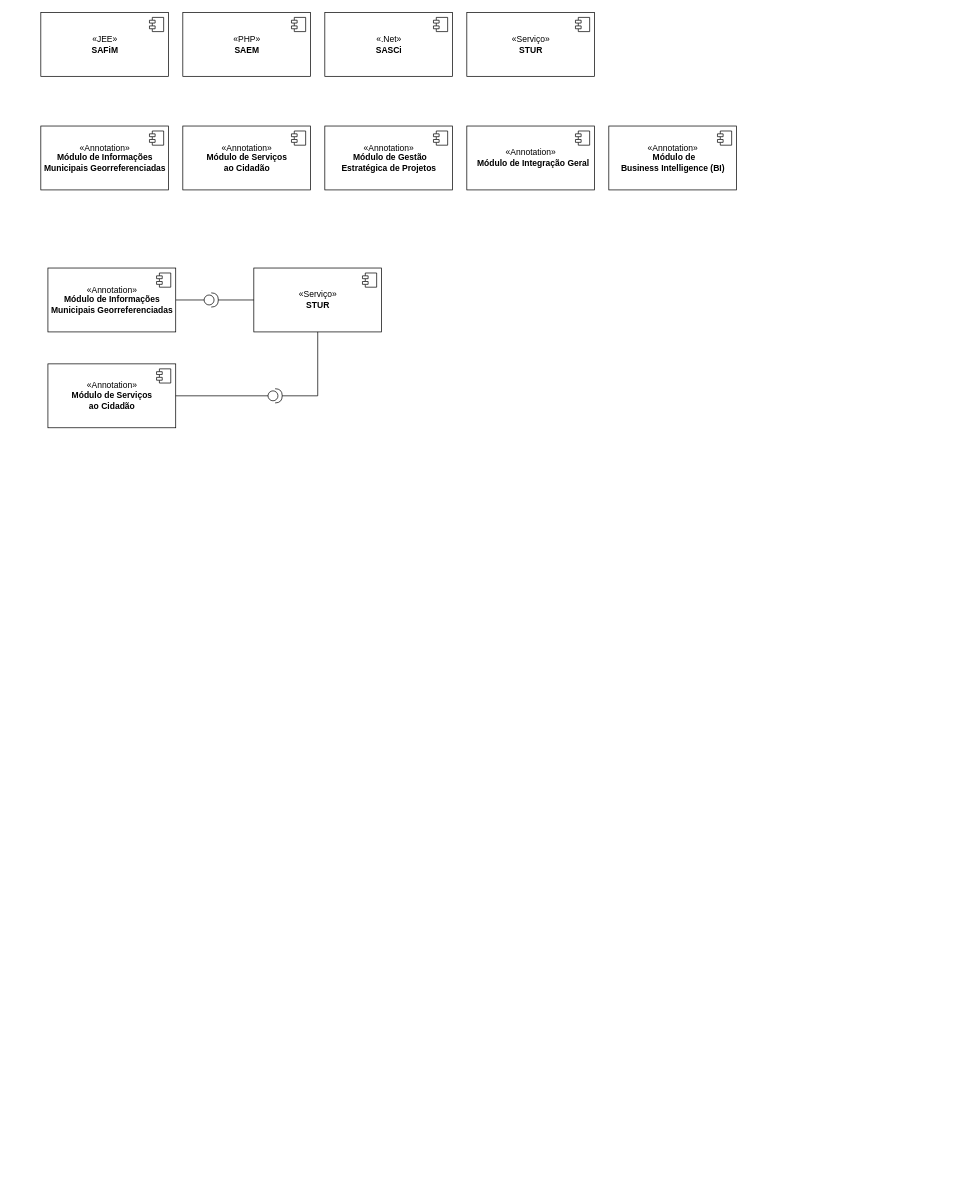
Earlier version of the draw.io diagram diagrama-de-componentes.drawio (sgm-poc/sgm-diagramas). Source tidied: cells renumbered, new cells numbered last; positions are measured from the earlier drawing's top-left corner, leaving out a move shared by most shapes. Both pictures are drawn from the tidied source at 71%, with x=0, y=0 at pixel (40, 12).
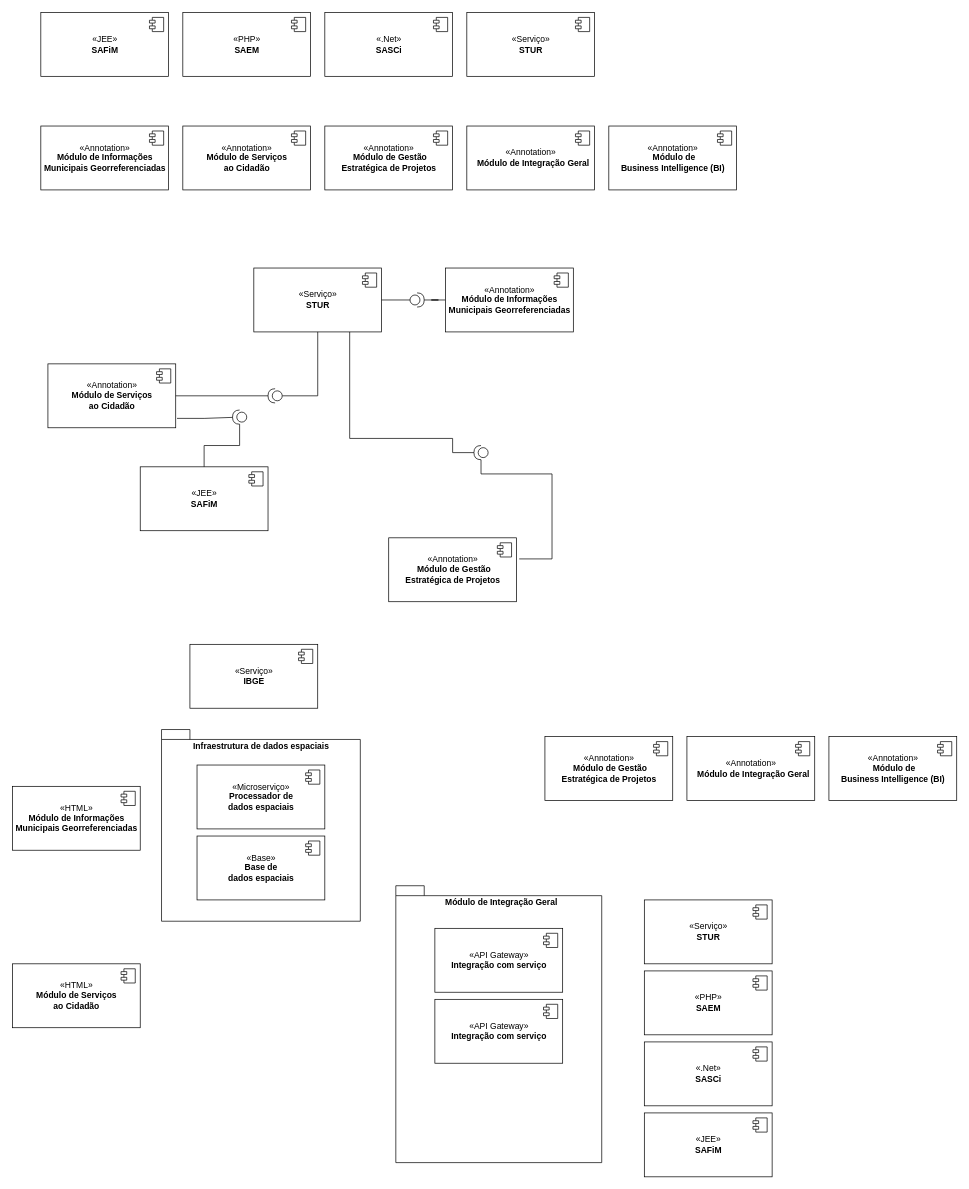
The same page after the edit.

The change refers to these unchanged cells:
```xml
<mxCell id="23" value="«Serviço»&lt;br&gt;&lt;b&gt;STUR&lt;/b&gt;" style="html=1;" parent="1" vertex="1">
  <mxGeometry x="300" y="360" width="180" height="90" as="geometry" />
</mxCell>
<mxCell id="27" value="«Annotation»&lt;br&gt;&lt;b&gt;Módulo de Serviços &lt;br&gt;ao Cidadão&lt;/b&gt;" style="html=1;" parent="1" vertex="1">
  <mxGeometry x="10" y="495" width="180" height="90" as="geometry" />
</mxCell>
```

Change to the diagram source:
```diff
@@
+    <mxCell id="32" value="&lt;b&gt;&amp;nbsp; Módulo de Integração Geral&lt;/b&gt;" style="shape=folder;fontStyle=1;spacingTop=10;tabWidth=40;tabHeight=14;tabPosition=left;html=1;horizontal=1;labelPosition=center;verticalLabelPosition=middle;align=center;verticalAlign=top;" parent="1" vertex="1">
+      <mxGeometry x="500" y="1230" width="290" height="390" as="geometry" />
+    </mxCell>
@@
     <mxCell id="21" value="«Annotation»&lt;br&gt;&lt;b&gt;Módulo de Informações &lt;br&gt;Municipais Georreferenciadas&lt;/b&gt;" style="html=1;" parent="1" vertex="1">
-      <mxGeometry x="10" y="360" width="180" height="90" as="geometry" />
+      <mxGeometry x="570" y="360" width="180" height="90" as="geometry" />
     </mxCell>
@@
     <mxCell id="26" style="shape=providedRequiredInterface;html=1;verticalLabelPosition=bottom;" parent="1" vertex="1">
-      <mxGeometry x="230" y="395" width="20" height="20" as="geometry" />
+      <mxGeometry x="520" y="395" width="20" height="20" as="geometry" />
     </mxCell>
@@
-    <mxCell id="31" style="shape=providedRequiredInterface;html=1;verticalLabelPosition=bottom;" parent="1" vertex="1">
+    <mxCell id="31" style="shape=providedRequiredInterface;html=1;verticalLabelPosition=bottom;rotation=-180;" parent="1" vertex="1">
       <mxGeometry x="320" y="530" width="20" height="20" as="geometry" />
     </mxCell>
+    <mxCell id="33" value="«Annotation»&lt;br&gt;&lt;b&gt;&amp;nbsp;Módulo de Gestão &lt;br&gt;Estratégica de Projetos&lt;/b&gt;" style="html=1;" parent="1" vertex="1">
+      <mxGeometry x="490" y="740" width="180" height="90" as="geometry" />
+    </mxCell>
+    <mxCell id="34" style="shape=component;jettyWidth=8;jettyHeight=4;" parent="33" vertex="1">
+      <mxGeometry x="1" width="20" height="20" relative="1" as="geometry">
+        <mxPoint x="-27" y="7" as="offset" />
+      </mxGeometry>
+    </mxCell>
+    <mxCell id="35" value="«JEE»&lt;br&gt;&lt;b&gt;SAFiM&lt;/b&gt;" style="html=1;" parent="1" vertex="1">
+      <mxGeometry x="140" y="640" width="180" height="90" as="geometry" />
+    </mxCell>
+    <mxCell id="36" style="shape=component;jettyWidth=8;jettyHeight=4;" parent="35" vertex="1">
+      <mxGeometry x="1" width="20" height="20" relative="1" as="geometry">
+        <mxPoint x="-27" y="7" as="offset" />
+      </mxGeometry>
+    </mxCell>
+    <mxCell id="37" style="edgeStyle=orthogonalEdgeStyle;rounded=0;jettySize=auto;html=1;endArrow=none;endFill=0;" parent="1" edge="1" source="35" target="39">
+      <mxGeometry relative="1" as="geometry" />
+    </mxCell>
+    <mxCell id="38" style="edgeStyle=orthogonalEdgeStyle;rounded=0;jettySize=auto;html=1;endArrow=none;endFill=0;entryX=1.01;entryY=0.853;entryDx=0;entryDy=0;entryPerimeter=0;" parent="1" edge="1" source="39" target="27">
+      <mxGeometry relative="1" as="geometry">
+        <Array as="points">
+          <mxPoint x="230" y="572" />
+        </Array>
+      </mxGeometry>
+    </mxCell>
+    <mxCell id="39" style="shape=providedRequiredInterface;html=1;verticalLabelPosition=bottom;rotation=-180;" parent="1" vertex="1">
+      <mxGeometry x="270" y="560" width="20" height="20" as="geometry" />
+    </mxCell>
+    <mxCell id="40" style="edgeStyle=orthogonalEdgeStyle;rounded=0;jettySize=auto;html=1;entryX=0.75;entryY=1;entryDx=0;entryDy=0;endArrow=none;endFill=0;" parent="1" edge="1" source="42" target="23">
+      <mxGeometry relative="1" as="geometry">
+        <Array as="points">
+          <mxPoint x="580" y="620" />
+          <mxPoint x="580" y="600" />
+          <mxPoint x="435" y="600" />
+        </Array>
+      </mxGeometry>
+    </mxCell>
+    <mxCell id="41" style="edgeStyle=orthogonalEdgeStyle;rounded=0;jettySize=auto;html=1;entryX=1.021;entryY=0.33;entryDx=0;entryDy=0;entryPerimeter=0;endArrow=none;endFill=0;" parent="1" edge="1" source="42" target="33">
+      <mxGeometry relative="1" as="geometry">
+        <Array as="points">
+          <mxPoint x="620" y="650" />
+          <mxPoint x="720" y="650" />
+          <mxPoint x="720" y="770" />
+        </Array>
+      </mxGeometry>
+    </mxCell>
+    <mxCell id="42" style="shape=providedRequiredInterface;html=1;verticalLabelPosition=bottom;rotation=-180;" parent="1" vertex="1">
+      <mxGeometry x="610" y="610" width="20" height="20" as="geometry" />
+    </mxCell>
+    <mxCell id="43" value="«JEE»&lt;br&gt;&lt;b&gt;SAFiM&lt;/b&gt;" style="html=1;" parent="1" vertex="1">
+      <mxGeometry x="850" y="1550" width="180" height="90" as="geometry" />
+    </mxCell>
+    <mxCell id="44" style="shape=component;jettyWidth=8;jettyHeight=4;" parent="43" vertex="1">
+      <mxGeometry x="1" width="20" height="20" relative="1" as="geometry">
+        <mxPoint x="-27" y="7" as="offset" />
+      </mxGeometry>
+    </mxCell>
+    <mxCell id="45" value="«PHP»&lt;br&gt;&lt;b&gt;SAEM&lt;/b&gt;" style="html=1;" parent="1" vertex="1">
+      <mxGeometry x="850" y="1350" width="180" height="90" as="geometry" />
+    </mxCell>
+    <mxCell id="46" style="shape=component;jettyWidth=8;jettyHeight=4;" parent="45" vertex="1">
+      <mxGeometry x="1" width="20" height="20" relative="1" as="geometry">
+        <mxPoint x="-27" y="7" as="offset" />
+      </mxGeometry>
+    </mxCell>
+    <mxCell id="47" value="«.Net»&lt;br&gt;&lt;b&gt;SASCi&lt;/b&gt;" style="html=1;" parent="1" vertex="1">
+      <mxGeometry x="850" y="1450" width="180" height="90" as="geometry" />
+    </mxCell>
+    <mxCell id="48" style="shape=component;jettyWidth=8;jettyHeight=4;" parent="47" vertex="1">
+      <mxGeometry x="1" width="20" height="20" relative="1" as="geometry">
+        <mxPoint x="-27" y="7" as="offset" />
+      </mxGeometry>
+    </mxCell>
+    <mxCell id="49" value="«Serviço»&lt;br&gt;&lt;b&gt;STUR&lt;/b&gt;" style="html=1;" parent="1" vertex="1">
+      <mxGeometry x="850" y="1250" width="180" height="90" as="geometry" />
+    </mxCell>
+    <mxCell id="50" style="shape=component;jettyWidth=8;jettyHeight=4;" parent="49" vertex="1">
+      <mxGeometry x="1" width="20" height="20" relative="1" as="geometry">
+        <mxPoint x="-27" y="7" as="offset" />
+      </mxGeometry>
+    </mxCell>
+    <mxCell id="51" value="«HTML»&lt;br&gt;&lt;b&gt;Módulo de Informações &lt;br&gt;Municipais Georreferenciadas&lt;/b&gt;" style="html=1;" parent="1" vertex="1">
+      <mxGeometry x="-40" y="1090" width="180" height="90" as="geometry" />
+    </mxCell>
+    <mxCell id="52" style="shape=component;jettyWidth=8;jettyHeight=4;" parent="51" vertex="1">
+      <mxGeometry x="1" width="20" height="20" relative="1" as="geometry">
+        <mxPoint x="-27" y="7" as="offset" />
+      </mxGeometry>
+    </mxCell>
+    <mxCell id="53" value="«HTML»&lt;br&gt;&lt;b&gt;Módulo de Serviços &lt;br&gt;ao Cidadão&lt;/b&gt;" style="html=1;" parent="1" vertex="1">
+      <mxGeometry x="-40" y="1340" width="180" height="90" as="geometry" />
+    </mxCell>
+    <mxCell id="54" style="shape=component;jettyWidth=8;jettyHeight=4;" parent="53" vertex="1">
+      <mxGeometry x="1" width="20" height="20" relative="1" as="geometry">
+        <mxPoint x="-27" y="7" as="offset" />
+      </mxGeometry>
+    </mxCell>
+    <mxCell id="55" value="«Annotation»&lt;br&gt;&lt;b&gt;&amp;nbsp;Módulo de Gestão &lt;br&gt;Estratégica de Projetos&lt;/b&gt;" style="html=1;" parent="1" vertex="1">
+      <mxGeometry x="710" y="1020" width="180" height="90" as="geometry" />
+    </mxCell>
+    <mxCell id="56" style="shape=component;jettyWidth=8;jettyHeight=4;" parent="55" vertex="1">
+      <mxGeometry x="1" width="20" height="20" relative="1" as="geometry">
+        <mxPoint x="-27" y="7" as="offset" />
+      </mxGeometry>
+    </mxCell>
+    <mxCell id="57" value="«Annotation»&lt;br&gt;&lt;b&gt;&amp;nbsp;Módulo de &lt;br&gt;Business Intelligence (BI)&lt;/b&gt;" style="html=1;" parent="1" vertex="1">
+      <mxGeometry x="1110" y="1020" width="180" height="90" as="geometry" />
+    </mxCell>
+    <mxCell id="58" style="shape=component;jettyWidth=8;jettyHeight=4;" parent="57" vertex="1">
+      <mxGeometry x="1" width="20" height="20" relative="1" as="geometry">
+        <mxPoint x="-27" y="7" as="offset" />
+      </mxGeometry>
+    </mxCell>
+    <mxCell id="59" value="«Annotation»&lt;br&gt;&lt;b&gt;&amp;nbsp;&amp;nbsp;Módulo de Integração Geral&lt;/b&gt;" style="html=1;" parent="1" vertex="1">
+      <mxGeometry x="910" y="1020" width="180" height="90" as="geometry" />
+    </mxCell>
+    <mxCell id="60" style="shape=component;jettyWidth=8;jettyHeight=4;" parent="59" vertex="1">
+      <mxGeometry x="1" width="20" height="20" relative="1" as="geometry">
+        <mxPoint x="-27" y="7" as="offset" />
+      </mxGeometry>
+    </mxCell>
+    <mxCell id="61" value="&lt;b&gt;Infraestrutura de dados espaciais&lt;/b&gt;" style="shape=folder;fontStyle=1;spacingTop=10;tabWidth=40;tabHeight=14;tabPosition=left;html=1;horizontal=1;labelPosition=center;verticalLabelPosition=middle;align=center;verticalAlign=top;" parent="1" vertex="1">
+      <mxGeometry x="170" y="1010" width="280" height="270" as="geometry" />
+    </mxCell>
+    <mxCell id="62" value="«Serviço»&lt;br&gt;&lt;b&gt;IBGE&lt;/b&gt;" style="html=1;" parent="1" vertex="1">
+      <mxGeometry x="210" y="890" width="180" height="90" as="geometry" />
+    </mxCell>
+    <mxCell id="63" style="shape=component;jettyWidth=8;jettyHeight=4;" parent="62" vertex="1">
+      <mxGeometry x="1" width="20" height="20" relative="1" as="geometry">
+        <mxPoint x="-27" y="7" as="offset" />
+      </mxGeometry>
+    </mxCell>
+    <mxCell id="64" value="«Microserviço»&lt;br&gt;&lt;b&gt;Processador de &lt;br&gt;dados espaciais&lt;/b&gt;" style="html=1;" parent="1" vertex="1">
+      <mxGeometry x="220" y="1060" width="180" height="90" as="geometry" />
+    </mxCell>
+    <mxCell id="65" style="shape=component;jettyWidth=8;jettyHeight=4;" parent="64" vertex="1">
+      <mxGeometry x="1" width="20" height="20" relative="1" as="geometry">
+        <mxPoint x="-27" y="7" as="offset" />
+      </mxGeometry>
+    </mxCell>
+    <mxCell id="66" value="«Base»&lt;br&gt;&lt;b&gt;Base de &lt;br&gt;dados espaciais&lt;/b&gt;" style="html=1;" parent="1" vertex="1">
+      <mxGeometry x="220" y="1160" width="180" height="90" as="geometry" />
+    </mxCell>
+    <mxCell id="67" style="shape=component;jettyWidth=8;jettyHeight=4;" parent="66" vertex="1">
+      <mxGeometry x="1" width="20" height="20" relative="1" as="geometry">
+        <mxPoint x="-27" y="7" as="offset" />
+      </mxGeometry>
+    </mxCell>
+    <mxCell id="68" value="«API Gateway»&lt;br&gt;&lt;b&gt;Integração com serviço&lt;/b&gt;" style="html=1;" parent="1" vertex="1">
+      <mxGeometry x="555" y="1290" width="180" height="90" as="geometry" />
+    </mxCell>
+    <mxCell id="69" style="shape=component;jettyWidth=8;jettyHeight=4;" parent="68" vertex="1">
+      <mxGeometry x="1" width="20" height="20" relative="1" as="geometry">
+        <mxPoint x="-27" y="7" as="offset" />
+      </mxGeometry>
+    </mxCell>
+    <mxCell id="70" value="«API Gateway»&lt;br&gt;&lt;b&gt;Integração com serviço&lt;/b&gt;" style="html=1;" parent="1" vertex="1">
+      <mxGeometry x="555" y="1390" width="180" height="90" as="geometry" />
+    </mxCell>
+    <mxCell id="71" style="shape=component;jettyWidth=8;jettyHeight=4;" parent="70" vertex="1">
+      <mxGeometry x="1" width="20" height="20" relative="1" as="geometry">
+        <mxPoint x="-27" y="7" as="offset" />
+      </mxGeometry>
+    </mxCell>
```
